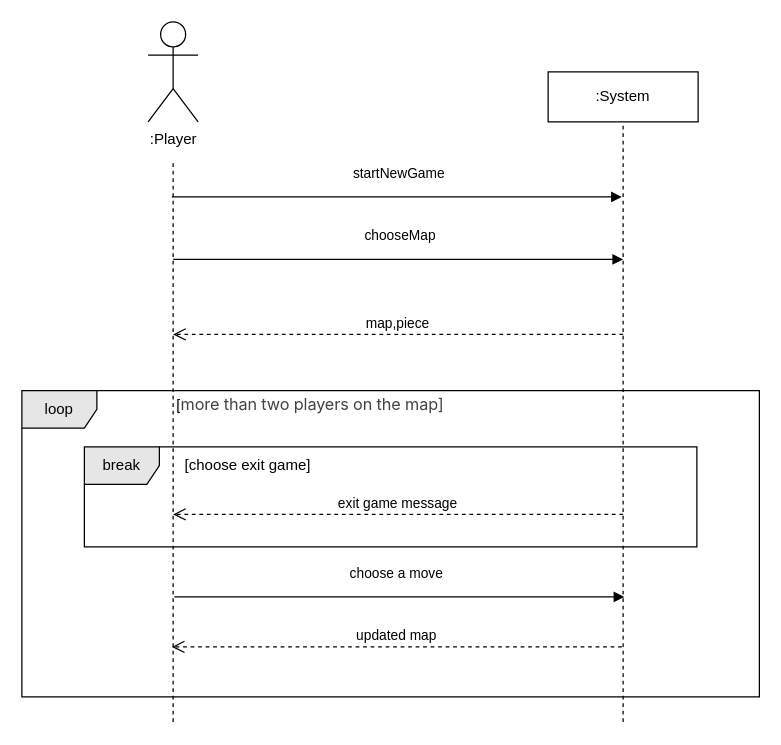
Earlier version of the draw.io diagram diagram/시스템시퀀스다이어그램/SystemSequenceDiagram.drawio (iGH01gi/SE_Term_Project). Source tidied: cells renumbered, new cells numbered last; positions are measured from the earlier drawing's top-left corner, leaving out a move shared by most shapes. Both pictures are drawn from the tidied source at 125%, with x=0, y=0 at pixel (21, 21).
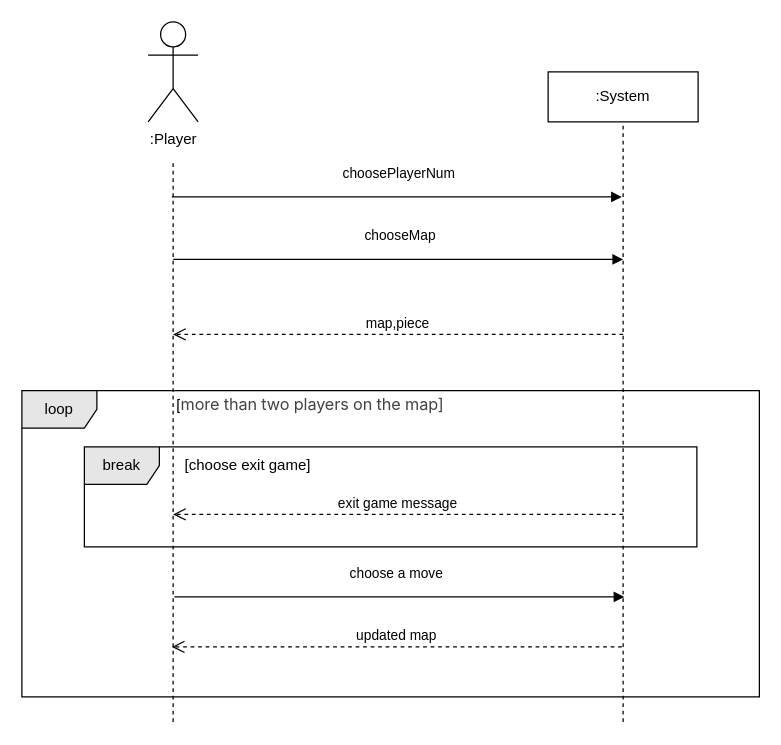
Above is the later version.

Change to the diagram source:
```diff
@@
-    <mxCell id="3" value="startNewGame" style="verticalAlign=bottom;endArrow=block;shadow=0;strokeWidth=1;" parent="1" edge="1">
+    <mxCell id="3" value="choosePlayerNum" style="verticalAlign=bottom;endArrow=block;shadow=0;strokeWidth=1;" parent="1" edge="1">
       <mxGeometry x="0.01" y="10" relative="1" as="geometry">
         <mxPoint x="120" y="140" as="sourcePoint" />
         <mxPoint x="480" y="140" as="targetPoint" />
       </mxGeometry>
     </mxCell>
```
